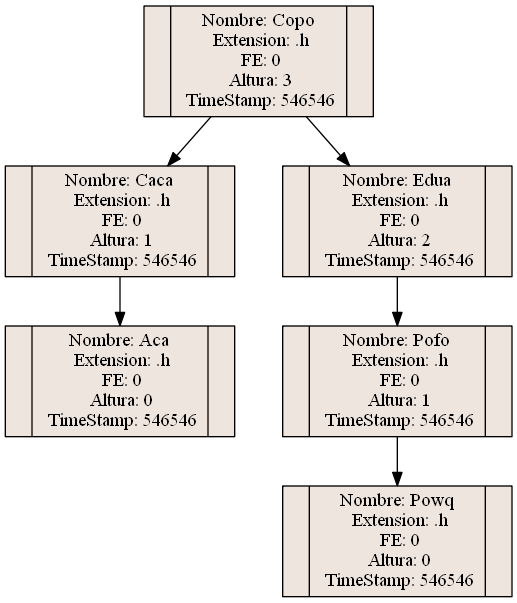
The Graphviz diagram Proyecto2/Avl.png in Eduardo01004/EDD_2S2019_PY2_201612124, before a commit. Its source is kept beside it as Proyecto2/Avl.dot.
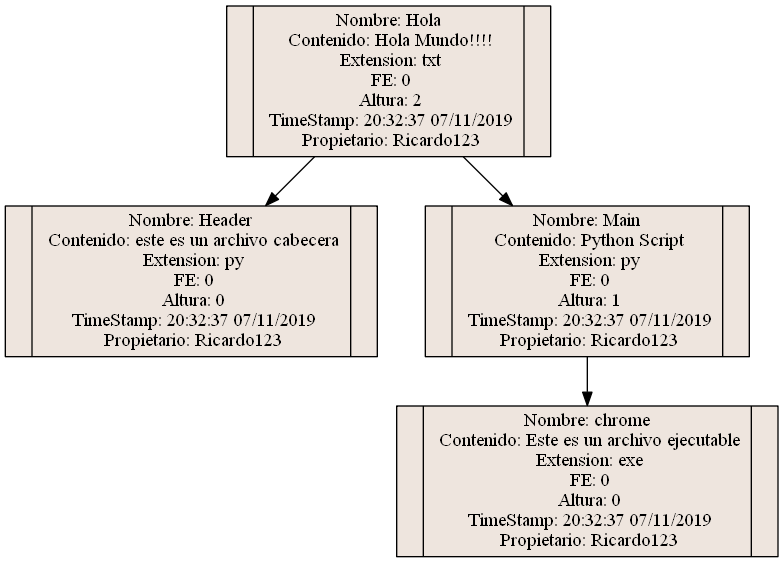
The same diagram one commit later.

Change to the diagram source:
```diff
@@ -4,15 +4,11 @@
 
 node [shape=record, style=filled,fillcolor=seashell2,width=0.7,height=0.2];
 
-Aca[label="<C0>|Nombre: Aca&#92;n Extension: .h&#92;n FE: 0&#92;n Altura: 0&#92;n TimeStamp: 546546|<C1>"];
-Caca[label="<C0>|Nombre: Caca&#92;n Extension: .h&#92;n FE: 0&#92;n Altura: 1&#92;n TimeStamp: 546546|<C1>"];
-Caca->Aca
-Copo[label="<C0>|Nombre: Copo&#92;n Extension: .h&#92;n FE: 0&#92;n Altura: 3&#92;n TimeStamp: 546546|<C1>"];
-Copo->Edua
-Copo->Caca
-Edua[label="<C0>|Nombre: Edua&#92;n Extension: .h&#92;n FE: 0&#92;n Altura: 2&#92;n TimeStamp: 546546|<C1>"];
-Edua->Pofo
-Pofo[label="<C0>|Nombre: Pofo&#92;n Extension: .h&#92;n FE: 0&#92;n Altura: 1&#92;n TimeStamp: 546546|<C1>"];
-Pofo->Powq
-Powq[label="<C0>|Nombre: Powq&#92;n Extension: .h&#92;n FE: 0&#92;n Altura: 0&#92;n TimeStamp: 546546|<C1>"];
+Header[label="<C0>|Nombre: Header&#92;n Contenido: este es un archivo cabecera&#92;n Extension: py&#92;n FE: 0&#92;n Altura: 0&#92;n TimeStamp: 20:32:37 07/11/2019&#92;n Propietario: Ricardo123|<C1>"];
+Hola[label="<C0>|Nombre: Hola&#92;n Contenido: Hola Mundo!!!!&#92;n Extension: txt&#92;n FE: 0&#92;n Altura: 2&#92;n TimeStamp: 20:32:37 07/11/2019&#92;n Propietario: Ricardo123|<C1>"];
+Hola->Main
+Hola->Header
+Main[label="<C0>|Nombre: Main&#92;n Contenido: Python Script&#92;n Extension: py&#92;n FE: 0&#92;n Altura: 1&#92;n TimeStamp: 20:32:37 07/11/2019&#92;n Propietario: Ricardo123|<C1>"];
+Main->chrome
+chrome[label="<C0>|Nombre: chrome&#92;n Contenido: Este es un archivo ejecutable&#92;n Extension: exe&#92;n FE: 0&#92;n Altura: 0&#92;n TimeStamp: 20:32:37 07/11/2019&#92;n Propietario: Ricardo123|<C1>"];
 }
```
